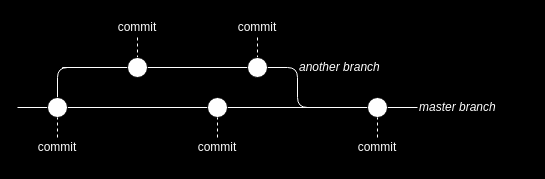
Before: page "merge" (7 of 11) of docs/images/git_flows.drawio in nyu-software-engineering/course-materials, a draw.io diagram. Source tidied: cells renumbered, new cells numbered last; positions are measured from the earlier drawing's top-left corner, leaving out a move shared by most shapes. Both pictures are drawn from the tidied source at 100%, with x=0, y=0 at pixel (17, 17).
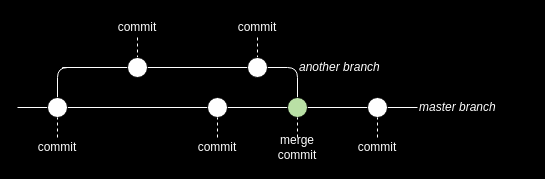
The same page after the edit.

The edit, as a diff of the source:
```diff
@@
+    <mxCell id="31" style="group;" parent="1" vertex="1">
+      <mxGeometry x="260" y="80" width="40" height="60" as="geometry" />
+    </mxCell>
+    <mxCell id="32" style="ellipse;whiteSpace=wrap;html=1;fillColor=#B9E0A5;" parent="31" vertex="1">
+      <mxGeometry x="10" width="20" height="20" as="geometry" />
+    </mxCell>
+    <mxCell id="33" value="merge&lt;br&gt;commit" style="text;html=1;strokeColor=none;fillColor=none;align=center;verticalAlign=middle;whiteSpace=wrap;rounded=0;fontColor=#FFFFFF;" parent="31" vertex="1">
+      <mxGeometry y="40" width="40" height="20" as="geometry" />
+    </mxCell>
+    <mxCell id="34" style="endArrow=none;html=1;strokeColor=#FFFFFF;strokeWidth=1;dashed=1;" parent="31" edge="1" source="33" target="32">
+      <mxGeometry relative="1" as="geometry" />
+    </mxCell>
```
